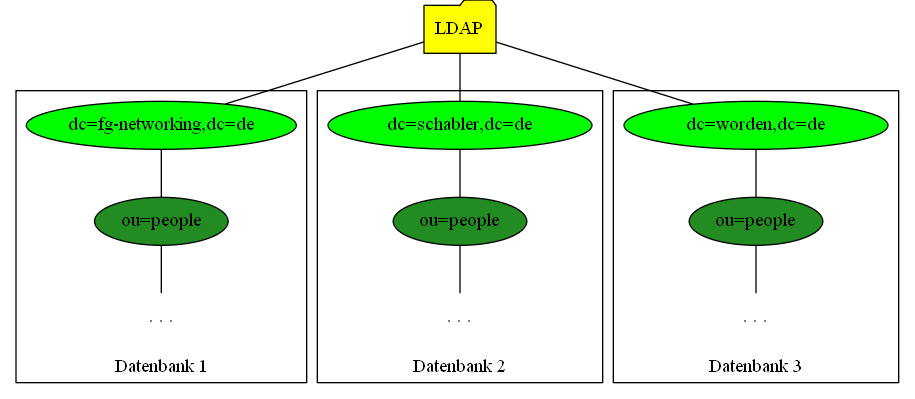
Before: Presentation LDAP-RADIUS/Bilder/LDAP-fgn-planned.png, a diagram exported from Graphviz (Gabelvampir/ty-stuff). Its source is kept beside it as Presentation LDAP-RADIUS/Bilder/LDAP-fgn-planned.dot.
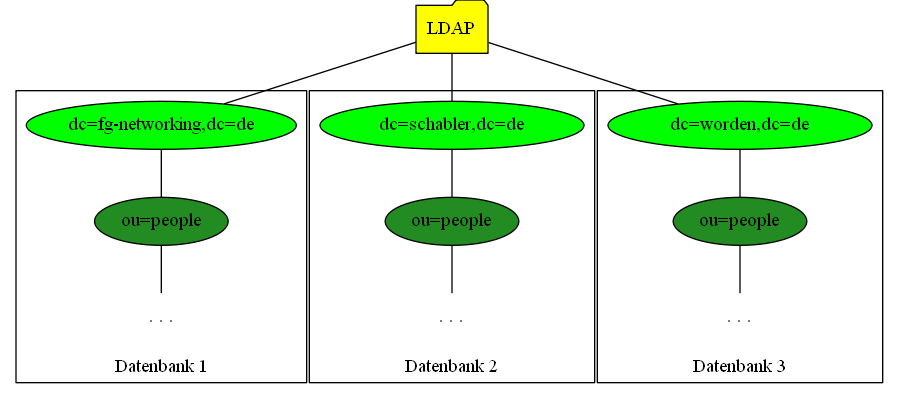
After the change.

Commit message:
LDAP presentation: corrected margins of graphviz PDFs

The edit, as a diff of the source:
```diff
@@ -28,4 +28,5 @@
   fgn -- people1 -- fgnpe;
   schabler -- people2 -- schabpe;
   worden -- people3 -- wordpe;
+  margin=0;
   }
```
